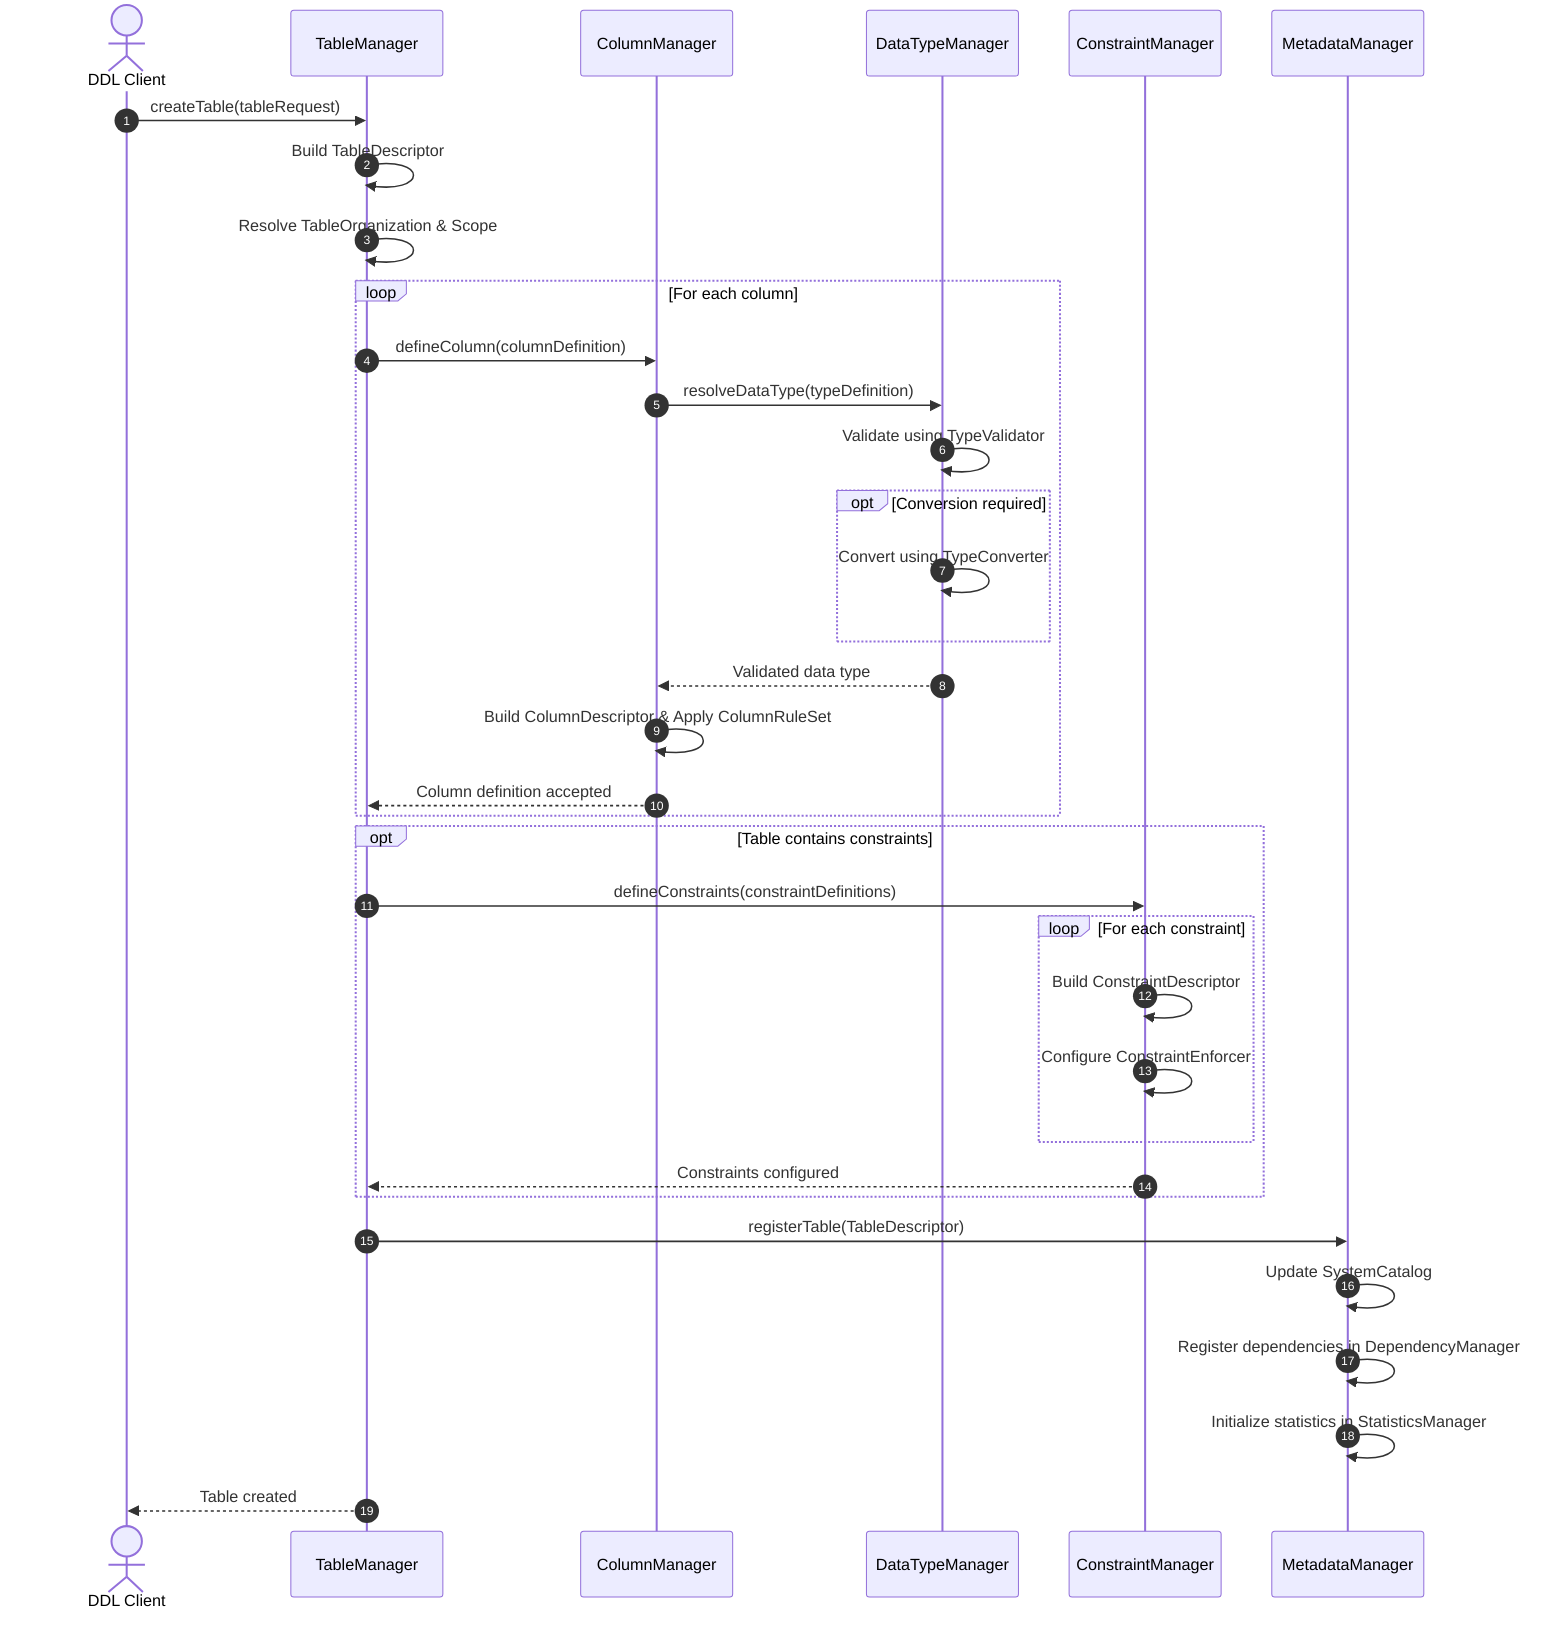
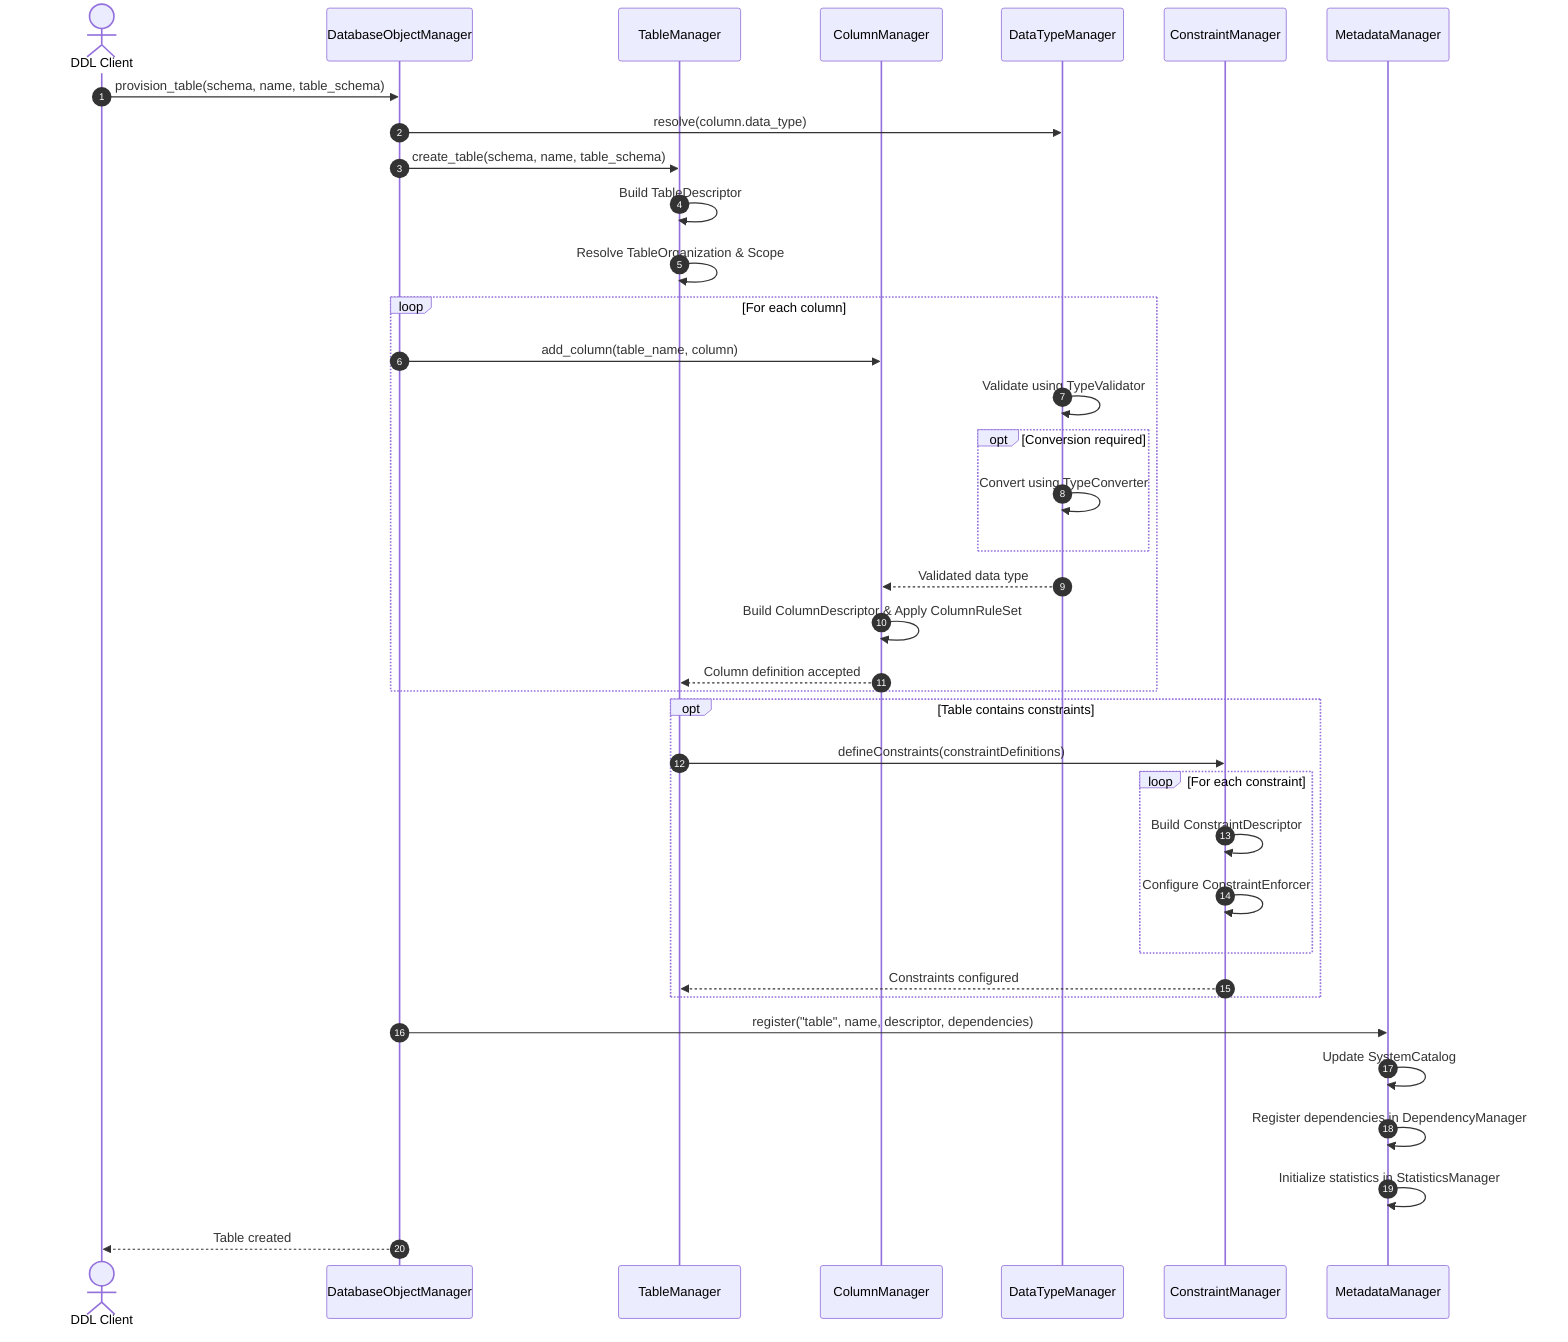
sequenceDiagram
    autonumber
    actor Client as DDL Client
+     participant DOM as DatabaseObjectManager
    participant TM as TableManager
    participant CM as ColumnManager
    participant DTM as DataTypeManager
    participant CSM as ConstraintManager
    participant MM as MetadataManager

-     Client->>TM: createTable(tableRequest)
+     Client->>DOM: provision_table(schema, name, table_schema)
+     DOM->>DTM: resolve(column.data_type)
+     DOM->>TM: create_table(schema, name, table_schema)
    TM->>TM: Build TableDescriptor
    TM->>TM: Resolve TableOrganization & Scope

    %% Column Definition
    loop For each column
-         TM->>CM: defineColumn(columnDefinition)
-         CM->>DTM: resolveDataType(typeDefinition)
+         DOM->>CM: add_column(table_name, column)
        DTM->>DTM: Validate using TypeValidator
        opt Conversion required
            DTM->>DTM: Convert using TypeConverter
        end
        DTM-->>CM: Validated data type
        CM->>CM: Build ColumnDescriptor & Apply ColumnRuleSet
        CM-->>TM: Column definition accepted
    end

    %% Constraint Registration (Triggered by TableManager or Event)
    opt Table contains constraints
        TM->>CSM: defineConstraints(constraintDefinitions)
        loop For each constraint
            CSM->>CSM: Build ConstraintDescriptor
            CSM->>CSM: Configure ConstraintEnforcer
        end
        CSM-->>TM: Constraints configured
    end

    %% Metadata Registration
-     TM->>MM: registerTable(TableDescriptor)
+     DOM->>MM: register("table", name, descriptor, dependencies)
    MM->>MM: Update SystemCatalog
    MM->>MM: Register dependencies in DependencyManager
    MM->>MM: Initialize statistics in StatisticsManager
-     TM-->>Client: Table created
+     DOM-->>Client: Table created
